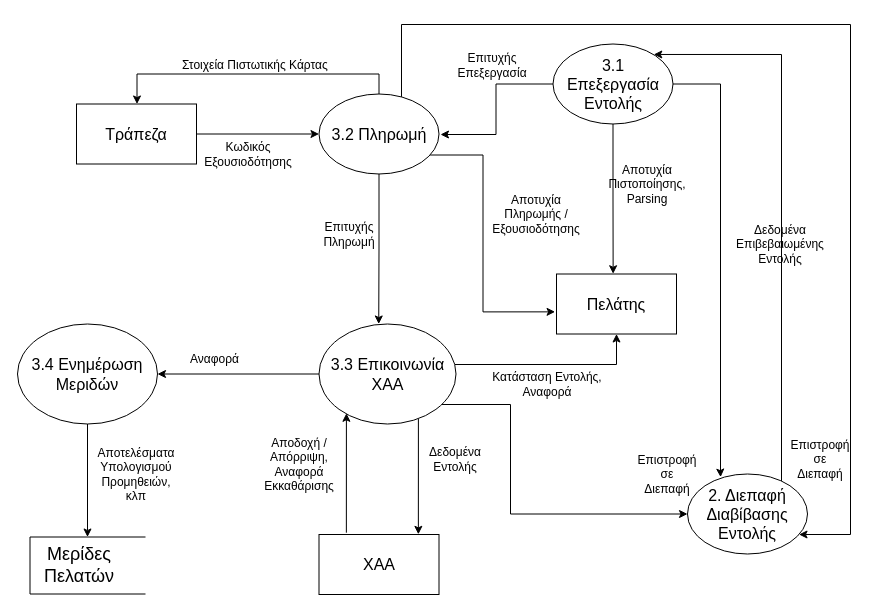
Before: Structured_Analysis/Level_2_Diagram.drawio in WilhelmStein/Analysis-and-Design-of-Software, a draw.io diagram. Source tidied: cells renumbered, new cells numbered last; positions are measured from the earlier drawing's top-left corner, leaving out a move shared by most shapes. Both pictures are drawn from the tidied source at 100%, with x=0, y=0 at pixel (17, 24).
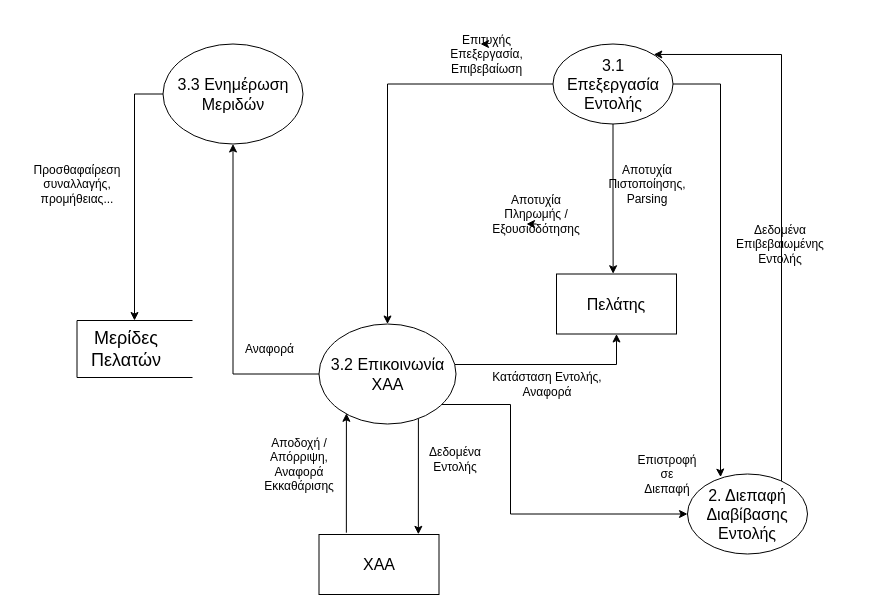
The same page after the edit.

Unchanged cells that the change refers to:
```xml
<mxCell id="5" value="&lt;font size=&quot;3&quot;&gt;3.1 Επεξεργασία Εντολής&lt;/font&gt;" style="ellipse;whiteSpace=wrap;html=1;" parent="1" vertex="1">
  <mxGeometry x="535.5" y="19.5" width="120" height="80" as="geometry" />
</mxCell>
<mxCell id="18" value="&lt;font size=&quot;3&quot;&gt;Πελάτης&lt;/font&gt;" style="rounded=0;whiteSpace=wrap;html=1;" parent="1" vertex="1">
  <mxGeometry x="539" y="249.5" width="120" height="60" as="geometry" />
</mxCell>
<mxCell id="31" value="Αποτυχία Πληρωμής / Εξουσιοδότησης" style="text;html=1;strokeColor=none;fillColor=none;align=center;verticalAlign=middle;whiteSpace=wrap;rounded=0;" parent="1" vertex="1">
  <mxGeometry x="499" y="179.5" width="40" height="20" as="geometry" />
</mxCell>
<mxCell id="34" value="&lt;font size=&quot;3&quot;&gt;2. Διεπαφή Διαβίβασης Εντολής&lt;/font&gt;" style="ellipse;whiteSpace=wrap;html=1;" parent="1" vertex="1">
  <mxGeometry x="670" y="449.5" width="120" height="80" as="geometry" />
</mxCell>
```

Diff of the diagram source:
```diff
@@
-    <mxCell id="3" style="edgeStyle=orthogonalEdgeStyle;rounded=0;jettySize=auto;html=1;" parent="1" edge="1" source="5">
+    <mxCell id="3" style="edgeStyle=orthogonalEdgeStyle;rounded=0;jettySize=auto;html=1;entryX=0.5;entryY=0;entryDx=0;entryDy=0;" parent="1" edge="1" source="5" target="15">
       <mxGeometry relative="1" as="geometry">
-        <mxPoint x="423" y="110" as="targetPoint" />
         <Array as="points">
-          <mxPoint x="478.5" y="59.5" />
-          <mxPoint x="478.5" y="110.5" />
+          <mxPoint x="370" y="60" />
         </Array>
       </mxGeometry>
     </mxCell>
@@
-    <mxCell id="6" style="edgeStyle=orthogonalEdgeStyle;rounded=0;jettySize=auto;html=1;entryX=-0.012;entryY=0.631;entryDx=0;entryDy=0;entryPerimeter=0;" parent="1" edge="1" source="10" target="18">
-      <mxGeometry relative="1" as="geometry">
-        <Array as="points">
-          <mxPoint x="465.5" y="130.5" />
-          <mxPoint x="465.5" y="287.5" />
-        </Array>
-      </mxGeometry>
-    </mxCell>
-    <mxCell id="7" style="edgeStyle=orthogonalEdgeStyle;rounded=0;jettySize=auto;html=1;" parent="1" edge="1" source="10" target="20">
-      <mxGeometry relative="1" as="geometry">
-        <Array as="points">
-          <mxPoint x="361.5" y="49.5" />
-          <mxPoint x="119.5" y="49.5" />
-        </Array>
-      </mxGeometry>
-    </mxCell>
-    <mxCell id="8" style="edgeStyle=orthogonalEdgeStyle;rounded=0;jettySize=auto;html=1;entryX=0.436;entryY=0;entryDx=0;entryDy=0;entryPerimeter=0;" parent="1" edge="1" source="10" target="15">
-      <mxGeometry relative="1" as="geometry" />
-    </mxCell>
-    <mxCell id="9" style="edgeStyle=orthogonalEdgeStyle;rounded=0;jettySize=auto;html=1;" parent="1" edge="1" source="10" target="34">
-      <mxGeometry relative="1" as="geometry">
-        <Array as="points">
-          <mxPoint x="384" />
-          <mxPoint x="833" />
-          <mxPoint x="833" y="510" />
-        </Array>
-      </mxGeometry>
-    </mxCell>
-    <mxCell id="10" value="&lt;font size=&quot;3&quot;&gt;3.2 Πληρωμή&lt;/font&gt;" style="ellipse;whiteSpace=wrap;html=1;" parent="1" vertex="1">
-      <mxGeometry x="301.5" y="69.5" width="120" height="80" as="geometry" />
-    </mxCell>
@@
-    <mxCell id="15" value="&lt;font size=&quot;3&quot;&gt;3.3 Επικοινωνία ΧΑΑ&lt;/font&gt;" style="ellipse;whiteSpace=wrap;html=1;" parent="1" vertex="1">
+    <mxCell id="15" value="&lt;font size=&quot;3&quot;&gt;3.2 Επικοινωνία ΧΑΑ&lt;/font&gt;" style="ellipse;whiteSpace=wrap;html=1;" parent="1" vertex="1">
       <mxGeometry x="301.5" y="299.5" width="137" height="100" as="geometry" />
     </mxCell>
     <mxCell id="16" style="edgeStyle=orthogonalEdgeStyle;rounded=0;jettySize=auto;html=1;entryX=0;entryY=0.5;entryDx=0;entryDy=0;" parent="1" edge="1" source="17" target="37">
-      <mxGeometry relative="1" as="geometry" />
+      <mxGeometry relative="1" as="geometry">
+        <Array as="points">
+          <mxPoint x="117" y="70" />
+        </Array>
+      </mxGeometry>
     </mxCell>
-    <mxCell id="17" value="&lt;font size=&quot;3&quot;&gt;3.4 Ενημέρωση Μεριδών&lt;/font&gt;" style="ellipse;whiteSpace=wrap;html=1;" parent="1" vertex="1">
-      <mxGeometry y="299.5" width="140" height="100" as="geometry" />
+    <mxCell id="17" value="&lt;font size=&quot;3&quot;&gt;3.3 Ενημέρωση Μεριδών&lt;/font&gt;" style="ellipse;whiteSpace=wrap;html=1;" parent="1" vertex="1">
+      <mxGeometry x="145.5" y="19.5" width="140" height="100" as="geometry" />
     </mxCell>
@@
-    <mxCell id="19" style="edgeStyle=orthogonalEdgeStyle;rounded=0;jettySize=auto;html=1;entryX=0;entryY=0.5;entryDx=0;entryDy=0;" parent="1" edge="1" source="20" target="10">
-      <mxGeometry relative="1" as="geometry" />
-    </mxCell>
-    <mxCell id="20" value="&lt;font size=&quot;3&quot;&gt;Τράπεζα&lt;/font&gt;" style="rounded=0;whiteSpace=wrap;html=1;" parent="1" vertex="1">
-      <mxGeometry x="59" y="79.5" width="120" height="60" as="geometry" />
-    </mxCell>
@@
-    <mxCell id="23" value="Στοιχεία Πιστωτικής Κάρτας&lt;br&gt;" style="text;html=1;align=left;verticalAlign=top;spacingTop=-4;" parent="1" vertex="1">
-      <mxGeometry x="163" y="30.5" width="160" height="20" as="geometry" />
-    </mxCell>
-    <mxCell id="24" value="Κωδικός Εξουσιοδότησης" style="text;html=1;strokeColor=none;fillColor=none;align=center;verticalAlign=middle;whiteSpace=wrap;rounded=0;" parent="1" vertex="1">
-      <mxGeometry x="211" y="119.5" width="40" height="20" as="geometry" />
-    </mxCell>
     <mxCell id="25" value="Αναφορά" style="text;html=1;align=left;verticalAlign=top;spacingTop=-4;" parent="1" vertex="1">
-      <mxGeometry x="171" y="324.5" width="60" height="20" as="geometry" />
+      <mxGeometry x="225.5" y="314.5" width="60" height="20" as="geometry" />
     </mxCell>
@@
+    <mxCell id="41" style="edgeStyle=orthogonalEdgeStyle;rounded=0;jettySize=auto;html=1;exitX=0.5;exitY=0;exitDx=0;exitDy=0;" parent="1" edge="1" source="29">
+      <mxGeometry relative="1" as="geometry">
+        <mxPoint x="463" y="20" as="targetPoint" />
+      </mxGeometry>
+    </mxCell>
-    <mxCell id="29" value="Επιτυχής Επεξεργασία" style="text;html=1;strokeColor=none;fillColor=none;align=center;verticalAlign=middle;whiteSpace=wrap;rounded=0;" parent="1" vertex="1">
-      <mxGeometry x="454.5" y="30.5" width="40" height="20" as="geometry" />
+    <mxCell id="29" value="Επιτυχής Επεξεργασία, Επιβεβαίωση" style="text;html=1;strokeColor=none;fillColor=none;align=center;verticalAlign=middle;whiteSpace=wrap;rounded=0;" parent="1" vertex="1">
+      <mxGeometry x="450" y="19.5" width="39" height="20" as="geometry" />
     </mxCell>
@@
-    <mxCell id="32" value="Επιτυχής Πληρωμή" style="text;html=1;strokeColor=none;fillColor=none;align=center;verticalAlign=middle;whiteSpace=wrap;rounded=0;" parent="1" vertex="1">
-      <mxGeometry x="312" y="199.5" width="40" height="20" as="geometry" />
-    </mxCell>
@@
     <mxCell id="37" style="shape=partialRectangle;whiteSpace=wrap;html=1;bottom=1;right=1;left=1;top=0;fillColor=none;routingCenterX=-0.5;rotation=90;" parent="1" vertex="1">
-      <mxGeometry x="41.5" y="483.5" width="57" height="115" as="geometry" />
+      <mxGeometry x="88.5" y="267" width="57" height="115" as="geometry" />
     </mxCell>
     <mxCell id="38" value="&lt;font style=&quot;font-size: 18px&quot;&gt;Μερίδες Πελατών&lt;/font&gt;" style="text;html=1;strokeColor=none;fillColor=none;align=center;verticalAlign=middle;whiteSpace=wrap;rounded=0;" parent="1" vertex="1">
-      <mxGeometry x="41.5" y="531" width="40" height="20" as="geometry" />
+      <mxGeometry x="88.5" y="314.5" width="40" height="20" as="geometry" />
     </mxCell>
-    <mxCell id="39" value="Αποτελέσματα Υπολογισμού Προμηθειών, κλπ" style="text;html=1;strokeColor=none;fillColor=none;align=center;verticalAlign=middle;whiteSpace=wrap;rounded=0;" parent="1" vertex="1">
-      <mxGeometry x="98.5" y="439.5" width="40" height="20" as="geometry" />
+    <mxCell id="39" value="Προσθαφαίρεση συναλλαγής, προμήθειας..." style="text;html=1;strokeColor=none;fillColor=none;align=center;verticalAlign=middle;whiteSpace=wrap;rounded=0;" parent="1" vertex="1">
+      <mxGeometry x="40" y="149.5" width="40" height="20" as="geometry" />
     </mxCell>
-    <mxCell id="40" value="Επιστροφή σε Διεπαφή" style="text;html=1;strokeColor=none;fillColor=none;align=center;verticalAlign=middle;whiteSpace=wrap;rounded=0;" parent="1" vertex="1">
-      <mxGeometry x="783" y="424.5" width="40" height="20" as="geometry" />
-    </mxCell>
+    <mxCell id="42" style="edgeStyle=orthogonalEdgeStyle;rounded=0;orthogonalLoop=1;jettySize=auto;html=1;exitX=0.5;exitY=1;exitDx=0;exitDy=0;entryX=0.25;entryY=1;entryDx=0;entryDy=0;" parent="1" edge="1" source="31" target="31">
+      <mxGeometry relative="1" as="geometry" />
+    </mxCell>
```
